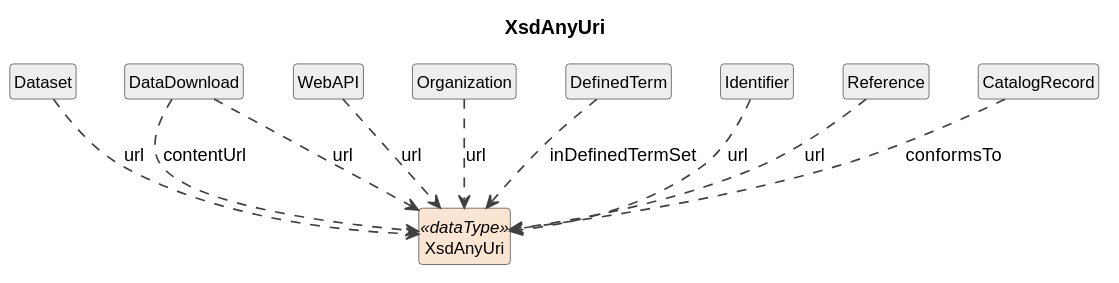
Earlier version of the PlantUML export build/plantuml/cdifCore/DataTypes/XsdAnyUri.svg (Cross-Domain-Interoperability-Framework/metadataBuildingBlocks).
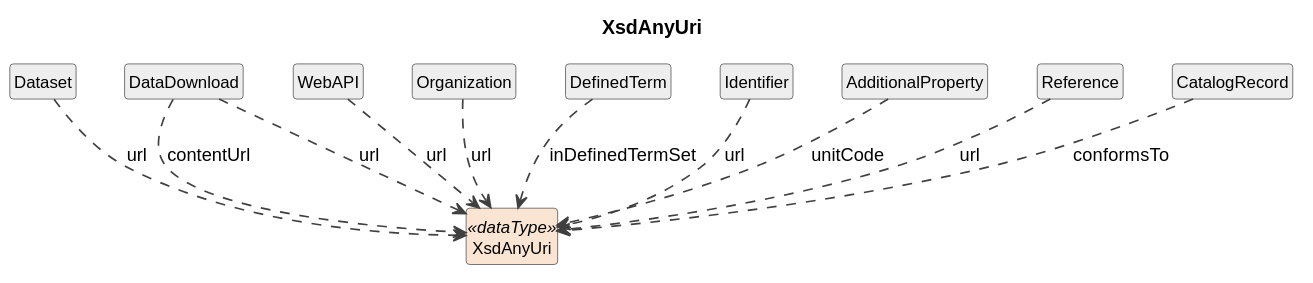
Above is the later version.

Change to the diagram source:
```diff
@@ -24,6 +24,8 @@
 DefinedTerm ..> XsdAnyUri : inDefinedTermSet
 class "Identifier" as Identifier #EEEEEE
 Identifier ..> XsdAnyUri : url
+class "AdditionalProperty" as AdditionalProperty #EEEEEE
+AdditionalProperty ..> XsdAnyUri : unitCode
 class "Reference" as Reference #EEEEEE
 Reference ..> XsdAnyUri : url
 class "CatalogRecord" as CatalogRecord #EEEEEE
```
